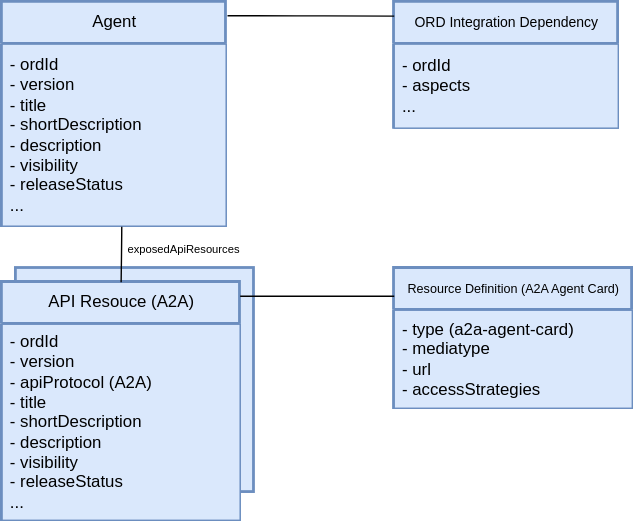
This is static/img/ord-ai-agent.drawio.svg from open-resource-discovery/specification, a draw.io export, as it was before one commit. Source tidied: cells renumbered, new cells last; positions are measured from the earlier drawing's top-left corner, leaving out a move shared by most shapes. The source it was exported from:
```xml
<mxGraphModel>
  <root>
    <mxCell id="0" />
    <mxCell id="1" parent="0" />
    <mxCell id="2" style="rounded=0;whiteSpace=wrap;html=1;strokeWidth=2;fillColor=#dae8fc;strokeColor=#6c8ebf;" parent="1" vertex="1">
      <mxGeometry x="10" y="190" width="170" height="160" as="geometry" />
    </mxCell>
    <mxCell id="3" value="Agent" style="swimlane;swimlaneFillColor=#FFFFFF;strokeWidth=2;fontStyle=0;align=center;verticalAlign=top;horizontal=1;startSize=30;html=1;fillColor=#dae8fc;strokeColor=#6c8ebf;" parent="1" vertex="1">
      <mxGeometry width="160" height="160" as="geometry" />
    </mxCell>
    <mxCell id="4" value="- ordId&lt;div&gt;&lt;font color=&quot;#000000&quot;&gt;- version&lt;br&gt;&lt;/font&gt;&lt;div&gt;&lt;font color=&quot;#000000&quot;&gt;- title&lt;br&gt;&lt;/font&gt;&lt;div&gt;- shortDescription&lt;/div&gt;&lt;div&gt;- description&lt;/div&gt;&lt;/div&gt;&lt;/div&gt;&lt;div&gt;- visibility&lt;/div&gt;&lt;div&gt;- releaseStatus&lt;/div&gt;&lt;div&gt;...&lt;/div&gt;" style="rectangle;html=1;strokeWidth=1;fillColor=#dae8fc;align=left;verticalAlign=middle;spacingLeft=4;spacingRight=4;overflow=hidden;points=[[0,0.5],[1,0.5]];portConstraint=eastwest;strokeColor=#6c8ebf;gradientDirection=east;" parent="3" vertex="1">
      <mxGeometry y="30" width="160" height="130" as="geometry" />
    </mxCell>
    <mxCell id="5" value="API Resouce (A2A)" style="swimlane;swimlaneFillColor=#FFFFFF;strokeWidth=2;fontStyle=0;align=center;verticalAlign=top;horizontal=1;startSize=30;html=1;fillColor=#dae8fc;strokeColor=#6c8ebf;" parent="1" vertex="1">
      <mxGeometry y="200" width="170" height="170" as="geometry" />
    </mxCell>
    <mxCell id="6" value="- ordId&lt;div&gt;&lt;font color=&quot;#000000&quot;&gt;- version&lt;/font&gt;&lt;/div&gt;&lt;div&gt;&lt;font color=&quot;#000000&quot;&gt;&lt;font color=&quot;#000000&quot;&gt;- apiProtocol (A2A)&lt;br&gt;&lt;/font&gt;&lt;/font&gt;&lt;div&gt;&lt;font color=&quot;#000000&quot;&gt;- title&lt;br&gt;&lt;/font&gt;&lt;div&gt;- shortDescription&lt;/div&gt;&lt;div&gt;- description&lt;/div&gt;&lt;/div&gt;&lt;/div&gt;&lt;div&gt;- visibility&lt;/div&gt;&lt;div&gt;- releaseStatus&lt;/div&gt;&lt;div&gt;...&lt;/div&gt;" style="rectangle;html=1;strokeWidth=1;fillColor=#dae8fc;align=left;verticalAlign=middle;spacingLeft=4;spacingRight=4;overflow=hidden;strokeColor=#6c8ebf;gradientDirection=east;" parent="5" vertex="1">
      <mxGeometry y="30" width="170" height="140" as="geometry" />
    </mxCell>
    <mxCell id="7" style="edgeStyle=orthogonalEdgeStyle;rounded=1;jettySize=auto;html=1;entryX=0.5;entryY=0;entryDx=0;entryDy=0;startArrow=none;startFill=0;endArrow=none;endFill=0;startSize=15;endSize=15;align=center;fontSize=12;labelBackgroundColor=none;exitX=0.534;exitY=1.003;exitDx=0;exitDy=0;exitPerimeter=0;" parent="1" edge="1" source="4" target="5">
      <mxGeometry relative="1" as="geometry">
        <Array as="points">
          <mxPoint x="85" y="170" />
        </Array>
        <mxPoint y="-10" as="offset" />
      </mxGeometry>
    </mxCell>
    <mxCell id="8" style="html=1;align=left;verticalAlign=bottom;labelBackgroundColor=none;" parent="7" vertex="1">
      <mxGeometry x="-1" relative="1" as="geometry" />
    </mxCell>
    <mxCell id="9" style="html=1;align=right;verticalAlign=bottom;labelBackgroundColor=none;" parent="7" vertex="1">
      <mxGeometry x="1" relative="1" as="geometry" />
    </mxCell>
    <mxCell id="10" value="&lt;font style=&quot;font-size: 10px;&quot;&gt;ORD Integration Dependency&lt;/font&gt;" style="swimlane;swimlaneFillColor=#FFFFFF;strokeWidth=2;fontStyle=0;align=center;verticalAlign=top;horizontal=1;startSize=30;html=1;fillColor=#dae8fc;strokeColor=#6c8ebf;" parent="1" vertex="1">
      <mxGeometry x="280" width="160" height="90" as="geometry" />
    </mxCell>
    <mxCell id="11" value="- ordId&lt;div&gt;&lt;font color=&quot;#000000&quot;&gt;- aspects&lt;/font&gt;&lt;/div&gt;&lt;div&gt;&lt;div&gt;...&lt;/div&gt;&lt;/div&gt;" style="rectangle;html=1;strokeWidth=1;fillColor=#dae8fc;align=left;verticalAlign=middle;spacingLeft=4;spacingRight=4;overflow=hidden;strokeColor=#6c8ebf;" parent="10" vertex="1">
      <mxGeometry y="30" width="160" height="60" as="geometry" />
    </mxCell>
    <mxCell id="12" style="edgeStyle=orthogonalEdgeStyle;rounded=1;jettySize=auto;html=1;startArrow=none;startFill=0;endArrow=none;endFill=0;startSize=15;endSize=15;align=center;fontSize=12;labelBackgroundColor=none;exitX=1.006;exitY=0.061;exitDx=0;exitDy=0;exitPerimeter=0;entryX=0;entryY=0.111;entryDx=0;entryDy=0;entryPerimeter=0;" parent="1" edge="1" source="3" target="10">
      <mxGeometry relative="1" as="geometry">
        <mxPoint y="-10" as="offset" />
      </mxGeometry>
    </mxCell>
    <mxCell id="13" style="html=1;align=left;verticalAlign=bottom;labelBackgroundColor=none;" parent="12" vertex="1">
      <mxGeometry x="-1" relative="1" as="geometry" />
    </mxCell>
    <mxCell id="14" style="html=1;align=right;verticalAlign=bottom;labelBackgroundColor=none;" parent="12" vertex="1">
      <mxGeometry x="1" relative="1" as="geometry" />
    </mxCell>
    <mxCell id="15" value="&lt;font style=&quot;font-size: 8px;&quot;&gt;exposedApiResources&lt;/font&gt;" style="text;html=1;strokeColor=none;fillColor=none;align=center;verticalAlign=middle;whiteSpace=wrap;rounded=0;" parent="1" vertex="1">
      <mxGeometry x="110" y="166" width="40" height="20" as="geometry" />
    </mxCell>
    <mxCell id="16" value="&lt;font style=&quot;font-size: 9px;&quot;&gt;Resource Definition (A2A Agent Card)&lt;/font&gt;" style="swimlane;swimlaneFillColor=#FFFFFF;strokeWidth=2;fontStyle=0;align=center;verticalAlign=top;horizontal=1;startSize=30;html=1;fillColor=#dae8fc;strokeColor=#6c8ebf;" parent="1" vertex="1">
      <mxGeometry x="280" y="190" width="170" height="100" as="geometry" />
    </mxCell>
    <mxCell id="17" value="- type (a2a-agent-card)&lt;div&gt;- mediatype&lt;/div&gt;&lt;div&gt;- url&lt;/div&gt;&lt;div&gt;- accessStrategies&lt;/div&gt;" style="rectangle;html=1;strokeWidth=1;fillColor=#dae8fc;align=left;verticalAlign=middle;spacingLeft=4;spacingRight=4;overflow=hidden;strokeColor=#6c8ebf;gradientDirection=east;" parent="16" vertex="1">
      <mxGeometry y="30" width="170" height="70" as="geometry" />
    </mxCell>
    <mxCell id="18" style="edgeStyle=orthogonalEdgeStyle;rounded=1;orthogonalLoop=1;jettySize=auto;html=1;startArrow=none;startFill=0;endArrow=none;endFill=0;startSize=15;endSize=15;align=center;fontSize=12;labelBackgroundColor=none;exitX=1.006;exitY=0.061;exitDx=0;exitDy=0;exitPerimeter=0;" parent="1" edge="1">
      <mxGeometry relative="1" as="geometry">
        <mxPoint x="170" y="210" as="sourcePoint" />
        <mxPoint x="280" y="210" as="targetPoint" />
        <mxPoint y="-10" as="offset" />
      </mxGeometry>
    </mxCell>
    <mxCell id="19" style="html=1;align=left;verticalAlign=bottom;labelBackgroundColor=none;" parent="18" vertex="1">
      <mxGeometry x="-1" relative="1" as="geometry" />
    </mxCell>
    <mxCell id="20" style="html=1;align=right;verticalAlign=bottom;labelBackgroundColor=none;" parent="18" vertex="1">
      <mxGeometry x="1" relative="1" as="geometry" />
    </mxCell>
  </root>
</mxGraphModel>
```
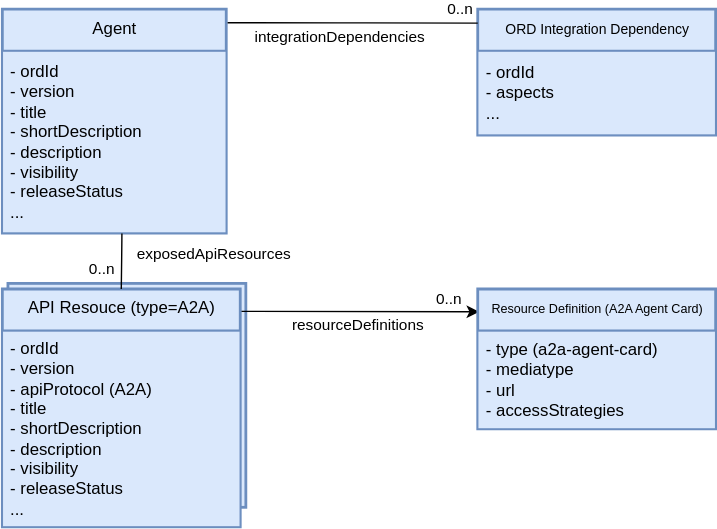
Above is the later version.

The edit, as a diff of the source:
```diff
@@ -3,16 +3,29 @@
     <mxCell id="0" />
     <mxCell id="1" parent="0" />
     <mxCell id="2" style="rounded=0;whiteSpace=wrap;html=1;strokeWidth=2;fillColor=#dae8fc;strokeColor=#6c8ebf;" parent="1" vertex="1">
-      <mxGeometry x="10" y="190" width="170" height="160" as="geometry" />
+      <mxGeometry x="84" y="106" width="170" height="160" as="geometry" />
     </mxCell>
     <mxCell id="3" value="Agent" style="swimlane;swimlaneFillColor=#FFFFFF;strokeWidth=2;fontStyle=0;align=center;verticalAlign=top;horizontal=1;startSize=30;html=1;fillColor=#dae8fc;strokeColor=#6c8ebf;" parent="1" vertex="1">
-      <mxGeometry width="160" height="160" as="geometry" />
+      <mxGeometry x="80" y="-90" width="160" height="160" as="geometry" />
     </mxCell>
     <mxCell id="4" value="- ordId&lt;div&gt;&lt;font color=&quot;#000000&quot;&gt;- version&lt;br&gt;&lt;/font&gt;&lt;div&gt;&lt;font color=&quot;#000000&quot;&gt;- title&lt;br&gt;&lt;/font&gt;&lt;div&gt;- shortDescription&lt;/div&gt;&lt;div&gt;- description&lt;/div&gt;&lt;/div&gt;&lt;/div&gt;&lt;div&gt;- visibility&lt;/div&gt;&lt;div&gt;- releaseStatus&lt;/div&gt;&lt;div&gt;...&lt;/div&gt;" style="rectangle;html=1;strokeWidth=1;fillColor=#dae8fc;align=left;verticalAlign=middle;spacingLeft=4;spacingRight=4;overflow=hidden;points=[[0,0.5],[1,0.5]];portConstraint=eastwest;strokeColor=#6c8ebf;gradientDirection=east;" parent="3" vertex="1">
       <mxGeometry y="30" width="160" height="130" as="geometry" />
     </mxCell>
+    <mxCell id="21" style="edgeStyle=none;html=1;exitX=0.993;exitY=0.094;exitDx=0;exitDy=0;exitPerimeter=0;entryX=0.006;entryY=0.163;entryDx=0;entryDy=0;entryPerimeter=0;" parent="1" edge="1" source="5" target="16">
+      <mxGeometry relative="1" as="geometry" />
+    </mxCell>
+    <mxCell id="22" value="resourceDefinitions" style="edgeLabel;html=1;align=center;verticalAlign=middle;" parent="21" vertex="1">
+      <mxGeometry x="-0.01" y="-1" relative="1" as="geometry">
+        <mxPoint y="9" as="offset" />
+      </mxGeometry>
+    </mxCell>
+    <mxCell id="23" value="0..n" style="edgeLabel;html=1;align=center;verticalAlign=middle;" parent="21" vertex="1">
+      <mxGeometry x="0.62" y="2" relative="1" as="geometry">
+        <mxPoint x="11" y="-8" as="offset" />
+      </mxGeometry>
+    </mxCell>
-    <mxCell id="5" value="API Resouce (A2A)" style="swimlane;swimlaneFillColor=#FFFFFF;strokeWidth=2;fontStyle=0;align=center;verticalAlign=top;horizontal=1;startSize=30;html=1;fillColor=#dae8fc;strokeColor=#6c8ebf;" parent="1" vertex="1">
-      <mxGeometry y="200" width="170" height="170" as="geometry" />
+    <mxCell id="5" value="API Resouce (type=A2A)" style="swimlane;swimlaneFillColor=#FFFFFF;strokeWidth=2;fontStyle=0;align=center;verticalAlign=top;horizontal=1;startSize=30;html=1;fillColor=#dae8fc;strokeColor=#6c8ebf;" parent="1" vertex="1">
+      <mxGeometry x="80" y="110" width="170" height="170" as="geometry" />
     </mxCell>
     <mxCell id="6" value="- ordId&lt;div&gt;&lt;font color=&quot;#000000&quot;&gt;- version&lt;/font&gt;&lt;/div&gt;&lt;div&gt;&lt;font color=&quot;#000000&quot;&gt;&lt;font color=&quot;#000000&quot;&gt;- apiProtocol (A2A)&lt;br&gt;&lt;/font&gt;&lt;/font&gt;&lt;div&gt;&lt;font color=&quot;#000000&quot;&gt;- title&lt;br&gt;&lt;/font&gt;&lt;div&gt;- shortDescription&lt;/div&gt;&lt;div&gt;- description&lt;/div&gt;&lt;/div&gt;&lt;/div&gt;&lt;div&gt;- visibility&lt;/div&gt;&lt;div&gt;- releaseStatus&lt;/div&gt;&lt;div&gt;...&lt;/div&gt;" style="rectangle;html=1;strokeWidth=1;fillColor=#dae8fc;align=left;verticalAlign=middle;spacingLeft=4;spacingRight=4;overflow=hidden;strokeColor=#6c8ebf;gradientDirection=east;" parent="5" vertex="1">
       <mxGeometry y="30" width="170" height="140" as="geometry" />
@@ -20,7 +33,7 @@
     <mxCell id="7" style="edgeStyle=orthogonalEdgeStyle;rounded=1;jettySize=auto;html=1;entryX=0.5;entryY=0;entryDx=0;entryDy=0;startArrow=none;startFill=0;endArrow=none;endFill=0;startSize=15;endSize=15;align=center;fontSize=12;labelBackgroundColor=none;exitX=0.534;exitY=1.003;exitDx=0;exitDy=0;exitPerimeter=0;" parent="1" edge="1" source="4" target="5">
       <mxGeometry relative="1" as="geometry">
         <Array as="points">
-          <mxPoint x="85" y="170" />
+          <mxPoint x="165" y="80" />
         </Array>
         <mxPoint y="-10" as="offset" />
       </mxGeometry>
@@ -31,11 +44,21 @@
     <mxCell id="9" style="html=1;align=right;verticalAlign=bottom;labelBackgroundColor=none;" parent="7" vertex="1">
       <mxGeometry x="1" relative="1" as="geometry" />
     </mxCell>
+    <mxCell id="15" value="exposedApiResources" style="edgeLabel;html=1;align=center;verticalAlign=middle;" parent="7" vertex="1">
+      <mxGeometry x="-0.28" relative="1" as="geometry">
+        <mxPoint x="65" as="offset" />
+      </mxGeometry>
+    </mxCell>
+    <mxCell id="24" value="0..n" style="edgeLabel;html=1;align=center;verticalAlign=middle;" parent="7" vertex="1">
+      <mxGeometry x="0.38" y="-1" relative="1" as="geometry">
+        <mxPoint x="-13" y="-2" as="offset" />
+      </mxGeometry>
+    </mxCell>
     <mxCell id="10" value="&lt;font style=&quot;font-size: 10px;&quot;&gt;ORD Integration Dependency&lt;/font&gt;" style="swimlane;swimlaneFillColor=#FFFFFF;strokeWidth=2;fontStyle=0;align=center;verticalAlign=top;horizontal=1;startSize=30;html=1;fillColor=#dae8fc;strokeColor=#6c8ebf;" parent="1" vertex="1">
-      <mxGeometry x="280" width="160" height="90" as="geometry" />
+      <mxGeometry x="419.7" y="-90" width="170" height="90" as="geometry" />
     </mxCell>
     <mxCell id="11" value="- ordId&lt;div&gt;&lt;font color=&quot;#000000&quot;&gt;- aspects&lt;/font&gt;&lt;/div&gt;&lt;div&gt;&lt;div&gt;...&lt;/div&gt;&lt;/div&gt;" style="rectangle;html=1;strokeWidth=1;fillColor=#dae8fc;align=left;verticalAlign=middle;spacingLeft=4;spacingRight=4;overflow=hidden;strokeColor=#6c8ebf;" parent="10" vertex="1">
-      <mxGeometry y="30" width="160" height="60" as="geometry" />
+      <mxGeometry y="30" width="170" height="60" as="geometry" />
     </mxCell>
     <mxCell id="12" style="edgeStyle=orthogonalEdgeStyle;rounded=1;jettySize=auto;html=1;startArrow=none;startFill=0;endArrow=none;endFill=0;startSize=15;endSize=15;align=center;fontSize=12;labelBackgroundColor=none;exitX=1.006;exitY=0.061;exitDx=0;exitDy=0;exitPerimeter=0;entryX=0;entryY=0.111;entryDx=0;entryDy=0;entryPerimeter=0;" parent="1" edge="1" source="3" target="10">
       <mxGeometry relative="1" as="geometry">
@@ -48,27 +71,21 @@
     <mxCell id="14" style="html=1;align=right;verticalAlign=bottom;labelBackgroundColor=none;" parent="12" vertex="1">
       <mxGeometry x="1" relative="1" as="geometry" />
     </mxCell>
-    <mxCell id="15" value="&lt;font style=&quot;font-size: 8px;&quot;&gt;exposedApiResources&lt;/font&gt;" style="text;html=1;strokeColor=none;fillColor=none;align=center;verticalAlign=middle;whiteSpace=wrap;rounded=0;" parent="1" vertex="1">
-      <mxGeometry x="110" y="166" width="40" height="20" as="geometry" />
-    </mxCell>
+    <mxCell id="25" value="integrationDependencies" style="edgeLabel;html=1;align=center;verticalAlign=middle;" parent="12" vertex="1">
+      <mxGeometry x="-0.29" y="-2" relative="1" as="geometry">
+        <mxPoint x="16" y="8" as="offset" />
+      </mxGeometry>
+    </mxCell>
+    <mxCell id="26" value="0..n" style="edgeLabel;html=1;align=center;verticalAlign=middle;" parent="12" vertex="1">
+      <mxGeometry x="0.66" y="2" relative="1" as="geometry">
+        <mxPoint x="17" y="-8" as="offset" />
+      </mxGeometry>
+    </mxCell>
     <mxCell id="16" value="&lt;font style=&quot;font-size: 9px;&quot;&gt;Resource Definition (A2A Agent Card)&lt;/font&gt;" style="swimlane;swimlaneFillColor=#FFFFFF;strokeWidth=2;fontStyle=0;align=center;verticalAlign=top;horizontal=1;startSize=30;html=1;fillColor=#dae8fc;strokeColor=#6c8ebf;" parent="1" vertex="1">
-      <mxGeometry x="280" y="190" width="170" height="100" as="geometry" />
+      <mxGeometry x="419.7" y="110" width="170" height="100" as="geometry" />
     </mxCell>
     <mxCell id="17" value="- type (a2a-agent-card)&lt;div&gt;- mediatype&lt;/div&gt;&lt;div&gt;- url&lt;/div&gt;&lt;div&gt;- accessStrategies&lt;/div&gt;" style="rectangle;html=1;strokeWidth=1;fillColor=#dae8fc;align=left;verticalAlign=middle;spacingLeft=4;spacingRight=4;overflow=hidden;strokeColor=#6c8ebf;gradientDirection=east;" parent="16" vertex="1">
       <mxGeometry y="30" width="170" height="70" as="geometry" />
     </mxCell>
-    <mxCell id="18" style="edgeStyle=orthogonalEdgeStyle;rounded=1;orthogonalLoop=1;jettySize=auto;html=1;startArrow=none;startFill=0;endArrow=none;endFill=0;startSize=15;endSize=15;align=center;fontSize=12;labelBackgroundColor=none;exitX=1.006;exitY=0.061;exitDx=0;exitDy=0;exitPerimeter=0;" parent="1" edge="1">
-      <mxGeometry relative="1" as="geometry">
-        <mxPoint x="170" y="210" as="sourcePoint" />
-        <mxPoint x="280" y="210" as="targetPoint" />
-        <mxPoint y="-10" as="offset" />
-      </mxGeometry>
-    </mxCell>
-    <mxCell id="19" style="html=1;align=left;verticalAlign=bottom;labelBackgroundColor=none;" parent="18" vertex="1">
-      <mxGeometry x="-1" relative="1" as="geometry" />
-    </mxCell>
-    <mxCell id="20" style="html=1;align=right;verticalAlign=bottom;labelBackgroundColor=none;" parent="18" vertex="1">
-      <mxGeometry x="1" relative="1" as="geometry" />
-    </mxCell>
   </root>
 </mxGraphModel>
```
